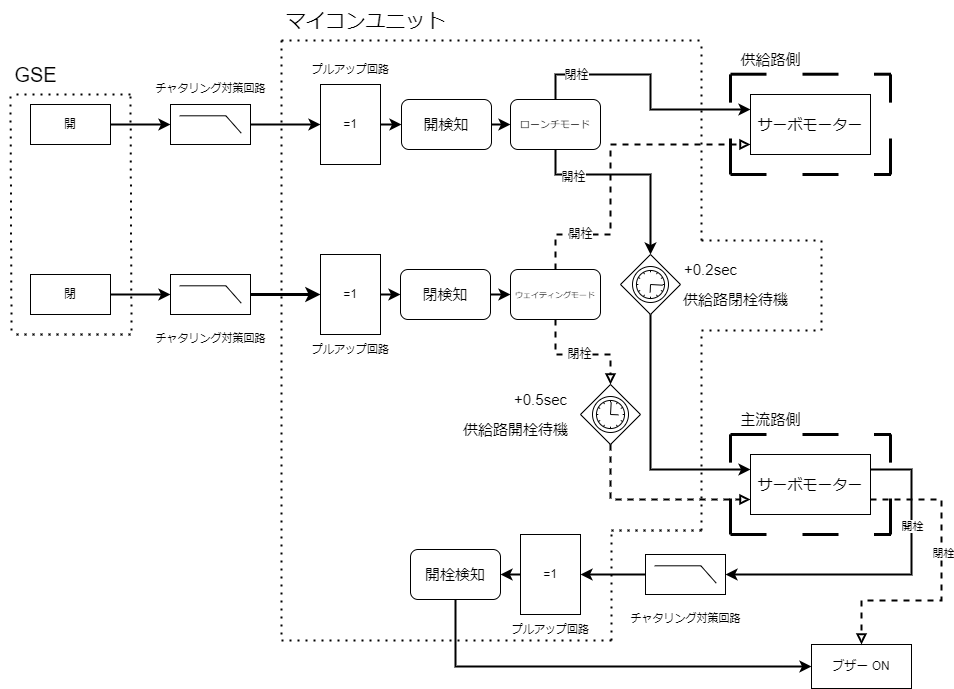
Earlier version of the draw.io export Documents/Materials/images/Logics/ValveControlLogic.png (tokai-student-rocket-project/H-58-Avionics). Source tidied: cells renumbered, new cells last; positions are measured from the earlier drawing's top-left corner, leaving out a move shared by most shapes.
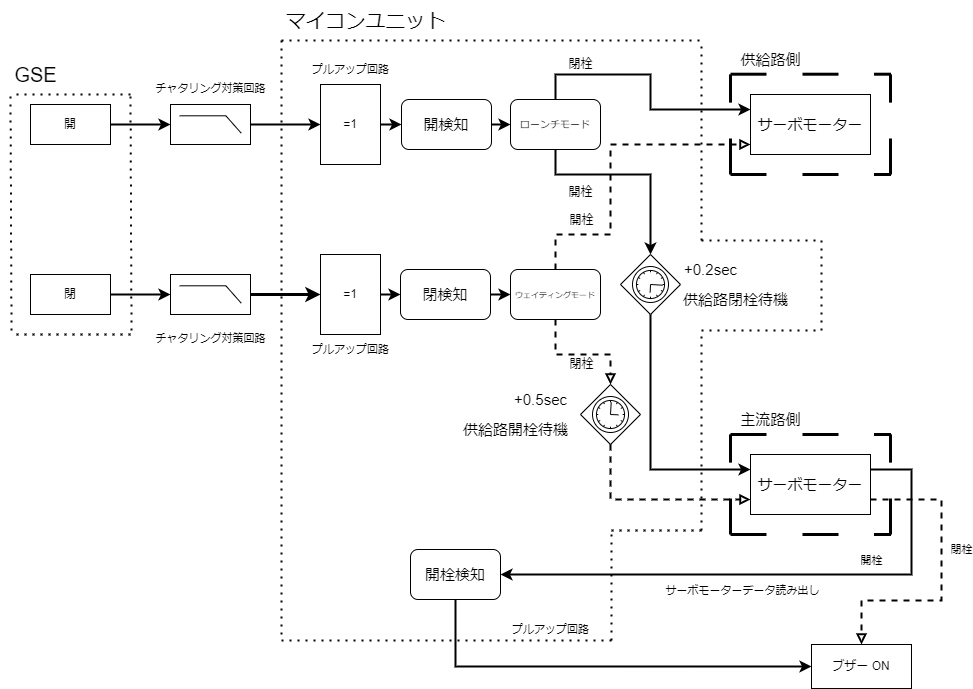
Later version of the same file.

What changed in the source:
```diff
@@ -41,7 +41,7 @@
     </mxCell>
     <mxCell id="12" value="&lt;font style=&quot;font-size: 12px;&quot;&gt;閉栓&lt;/font&gt;" style="edgeLabel;html=1;align=center;verticalAlign=middle;fontSize=10;" parent="11" vertex="1">
       <mxGeometry x="-0.57" y="-1" relative="1" as="geometry">
-        <mxPoint x="-10" y="-1" as="offset" />
+        <mxPoint x="-5" y="-11" as="offset" />
       </mxGeometry>
     </mxCell>
     <mxCell id="13" style="edgeStyle=none;rounded=0;html=1;strokeWidth=2;fontSize=15;endArrow=classic;endFill=1;exitX=0.5;exitY=1;exitDx=0;exitDy=0;entryX=0;entryY=0.5;entryDx=0;entryDy=0;entryPerimeter=0;" parent="1" edge="1" source="55" target="32">
@@ -55,7 +55,7 @@
     </mxCell>
     <mxCell id="14" value="&lt;font style=&quot;font-size: 12px;&quot;&gt;開栓&lt;/font&gt;" style="edgeLabel;html=1;align=center;verticalAlign=middle;fontSize=15;" parent="13" vertex="1">
       <mxGeometry x="-0.59" y="-1" relative="1" as="geometry">
-        <mxPoint x="1" y="-1" as="offset" />
+        <mxPoint x="9" y="15" as="offset" />
       </mxGeometry>
     </mxCell>
     <mxCell id="15" style="edgeStyle=none;html=1;entryX=0;entryY=0.5;entryDx=0;entryDy=0;strokeWidth=2;" parent="1" edge="1" source="16" target="55">
@@ -114,7 +114,9 @@
       </mxGeometry>
     </mxCell>
     <mxCell id="26" value="開栓" style="edgeLabel;html=1;align=center;verticalAlign=middle;fontSize=12;" parent="25" vertex="1">
-      <mxGeometry x="-0.63" y="1" relative="1" as="geometry" />
+      <mxGeometry x="-0.63" y="1" relative="1" as="geometry">
+        <mxPoint x="1" y="-13" as="offset" />
+      </mxGeometry>
     </mxCell>
     <mxCell id="27" style="edgeStyle=none;rounded=0;html=1;strokeWidth=2;fontSize=15;endArrow=block;endFill=0;entryX=0.5;entryY=0;entryDx=0;entryDy=0;entryPerimeter=0;exitX=0.5;exitY=1;exitDx=0;exitDy=0;dashed=1;" parent="1" edge="1" source="54" target="34">
       <mxGeometry relative="1" as="geometry">
@@ -125,7 +127,9 @@
       </mxGeometry>
     </mxCell>
     <mxCell id="28" value="閉栓" style="edgeLabel;html=1;align=center;verticalAlign=middle;fontSize=12;" parent="27" vertex="1">
-      <mxGeometry x="-0.03" y="1" relative="1" as="geometry" />
+      <mxGeometry x="-0.03" y="1" relative="1" as="geometry">
+        <mxPoint x="2" y="11" as="offset" />
+      </mxGeometry>
     </mxCell>
     <mxCell id="29" style="edgeStyle=none;rounded=0;html=1;entryX=0;entryY=0.5;entryDx=0;entryDy=0;strokeWidth=2;fontSize=15;endArrow=classic;endFill=1;" parent="1" edge="1" source="30" target="54">
       <mxGeometry relative="1" as="geometry" />
@@ -161,7 +165,7 @@
     <mxCell id="36" value="+0.5sec" style="text;html=1;align=center;verticalAlign=middle;strokeColor=none;fillColor=none;fontSize=15;" parent="1" vertex="1">
       <mxGeometry x="500" y="384" width="80" height="30" as="geometry" />
     </mxCell>
-    <mxCell id="37" style="edgeStyle=none;rounded=0;html=1;entryX=1;entryY=0.5;entryDx=0;entryDy=0;strokeWidth=2;fontSize=15;endArrow=classic;endFill=1;entryPerimeter=0;exitX=1;exitY=0.25;exitDx=0;exitDy=0;" parent="1" edge="1" source="72" target="47">
+    <mxCell id="37" style="edgeStyle=none;rounded=0;html=1;entryX=1;entryY=0.5;entryDx=0;entryDy=0;strokeWidth=2;fontSize=15;endArrow=classic;endFill=1;exitX=1;exitY=0.25;exitDx=0;exitDy=0;" parent="1" edge="1" source="72" target="50">
       <mxGeometry relative="1" as="geometry">
         <Array as="points">
           <mxPoint x="911" y="469" />
@@ -171,8 +175,15 @@
       </mxGeometry>
     </mxCell>
     <mxCell id="38" value="開栓" style="edgeLabel;html=1;align=center;verticalAlign=middle;" parent="37" vertex="1">
-      <mxGeometry x="-0.41" relative="1" as="geometry" />
+      <mxGeometry x="-0.41" relative="1" as="geometry">
+        <mxPoint x="-23" y="-14" as="offset" />
+      </mxGeometry>
     </mxCell>
+    <mxCell id="84" value="サーボモーターデータ読み出し" style="edgeLabel;html=1;align=center;verticalAlign=middle;" parent="37" vertex="1">
+      <mxGeometry x="0.43" relative="1" as="geometry">
+        <mxPoint x="83" y="16" as="offset" />
+      </mxGeometry>
+    </mxCell>
     <mxCell id="39" value="主流路側" style="text;html=1;align=center;verticalAlign=middle;strokeColor=none;fillColor=none;fontSize=15;" parent="1" vertex="1">
       <mxGeometry x="730" y="404" width="80" height="30" as="geometry" />
     </mxCell>
@@ -194,15 +205,6 @@
     <mxCell id="45" value="&lt;font style=&quot;font-size: 11px;&quot;&gt;チャタリング対策回路&lt;/font&gt;" style="text;html=1;align=center;verticalAlign=middle;strokeColor=none;fillColor=none;fontSize=20;" parent="43" vertex="1">
       <mxGeometry width="130" height="40" as="geometry" />
     </mxCell>
-    <mxCell id="46" style="group;" parent="1" vertex="1">
-      <mxGeometry x="620" y="554" width="130" height="80" as="geometry" />
-    </mxCell>
-    <mxCell id="47" style="verticalLabelPosition=bottom;shadow=0;dashed=0;align=center;html=1;verticalAlign=top;shape=mxgraph.electrical.logic_gates.lowpass_filter;fontSize=20;" parent="46" vertex="1">
-      <mxGeometry x="25" width="80" height="40" as="geometry" />
-    </mxCell>
-    <mxCell id="48" value="&lt;font style=&quot;font-size: 11px;&quot;&gt;チャタリング対策回路&lt;/font&gt;" style="text;html=1;align=center;verticalAlign=middle;strokeColor=none;fillColor=none;fontSize=20;" parent="46" vertex="1">
-      <mxGeometry y="40" width="130" height="40" as="geometry" />
-    </mxCell>
     <mxCell id="49" style="edgeStyle=none;rounded=0;html=1;strokeWidth=2;endArrow=classic;endFill=1;entryX=0;entryY=0.5;entryDx=0;entryDy=0;" parent="1" edge="1" source="50" target="59">
       <mxGeometry relative="1" as="geometry">
         <Array as="points">
@@ -213,9 +215,6 @@
     <mxCell id="50" value="開栓検知" style="rounded=1;whiteSpace=wrap;html=1;fontSize=15;" parent="1" vertex="1">
       <mxGeometry x="410" y="549" width="90" height="50" as="geometry" />
     </mxCell>
-    <mxCell id="51" style="edgeStyle=none;rounded=0;html=1;entryX=1;entryY=0.5;entryDx=0;entryDy=0;strokeWidth=2;fontSize=15;endArrow=classic;endFill=1;startArrow=none;" parent="1" edge="1" source="57" target="50">
-      <mxGeometry relative="1" as="geometry" />
-    </mxCell>
     <mxCell id="52" value="供給路閉栓待機" style="text;html=1;align=center;verticalAlign=middle;strokeColor=none;fillColor=none;fontSize=15;" parent="1" vertex="1">
       <mxGeometry x="670" y="284" width="130" height="30" as="geometry" />
     </mxCell>
@@ -228,12 +227,6 @@
     <mxCell id="55" value="&lt;font style=&quot;font-size: 10px;&quot;&gt;ローンチモード&lt;/font&gt;" style="rounded=1;whiteSpace=wrap;html=1;fontSize=11;" parent="1" vertex="1">
       <mxGeometry x="510" y="99" width="90" height="50" as="geometry" />
     </mxCell>
-    <mxCell id="56" style="edgeStyle=none;rounded=0;html=1;entryX=1;entryY=0.5;entryDx=0;entryDy=0;strokeWidth=2;fontSize=15;endArrow=classic;endFill=1;" parent="1" edge="1" source="47" target="57">
-      <mxGeometry relative="1" as="geometry" />
-    </mxCell>
-    <mxCell id="57" style="verticalLabelPosition=bottom;shadow=0;dashed=0;align=center;html=1;verticalAlign=top;shape=mxgraph.electrical.iec_logic_gates.xor;fontSize=20;" parent="1" vertex="1">
-      <mxGeometry x="520" y="534" width="60" height="80" as="geometry" />
-    </mxCell>
     <mxCell id="58" value="プルアップ回路" style="text;html=1;align=center;verticalAlign=middle;strokeColor=none;fillColor=none;fontSize=11;" parent="1" vertex="1">
       <mxGeometry x="500" y="614" width="100" height="30" as="geometry" />
     </mxCell>
@@ -251,7 +244,9 @@
       </mxGeometry>
     </mxCell>
     <mxCell id="61" value="閉栓" style="edgeLabel;html=1;align=center;verticalAlign=middle;" parent="60" vertex="1">
-      <mxGeometry x="-0.16" y="1" relative="1" as="geometry" />
+      <mxGeometry x="-0.16" y="1" relative="1" as="geometry">
+        <mxPoint x="19" y="-3" as="offset" />
+      </mxGeometry>
     </mxCell>
     <mxCell id="62" style="endArrow=none;dashed=1;html=1;dashPattern=1 3;strokeWidth=2;rounded=0;" parent="1" edge="1">
       <mxGeometry relative="1" as="geometry">
```
